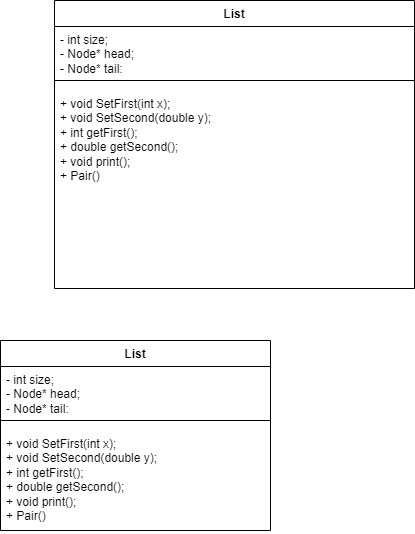
Andr0medA007/Labs keeps this draw.io diagram as Classes/UML/9.png. Above is the earlier version. Source tidied: cells renumbered, new cells last; positions are measured from the earlier drawing's top-left corner, leaving out a move shared by most shapes. Its diagram source:
```xml
<mxGraphModel>
  <root>
    <mxCell id="0" />
    <mxCell id="1" parent="0" />
    <mxCell id="2" value="List" style="swimlane;fontStyle=1;align=center;verticalAlign=top;horizontal=1;startSize=26;whiteSpace=wrap;html=1;" parent="1" vertex="1">
      <mxGeometry x="54" width="360" height="288" as="geometry" />
    </mxCell>
    <mxCell id="3" value="-&amp;nbsp;int size;&amp;nbsp;&lt;br&gt;-&amp;nbsp;Node* head;&lt;br&gt;&lt;span style=&quot;background-color: initial;&quot;&gt;-&amp;nbsp;&lt;/span&gt;Node* tail;" style="text;strokeColor=none;fillColor=none;align=left;verticalAlign=top;spacingLeft=4;spacingRight=4;overflow=hidden;whiteSpace=wrap;html=1;" parent="2" vertex="1">
      <mxGeometry y="26" width="360" height="44" as="geometry" />
    </mxCell>
    <mxCell id="4" style="line;strokeWidth=1;fillColor=none;align=left;verticalAlign=middle;spacingTop=-1;spacingLeft=3;spacingRight=3;labelPosition=right;strokeColor=inherit;" parent="2" vertex="1">
      <mxGeometry y="70" width="360" height="20" as="geometry" />
    </mxCell>
    <mxCell id="5" value="+&amp;nbsp;void SetFirst(int x);&lt;div&gt;+ void SetSecond(double y);&lt;/div&gt;&lt;div&gt;+ int getFirst();&lt;/div&gt;&lt;div&gt;+ double getSecond();&lt;/div&gt;&lt;div&gt;+ void print();&lt;/div&gt;&lt;div&gt;+ Pair()&lt;/div&gt;" style="text;strokeColor=none;fillColor=none;align=left;verticalAlign=top;spacingLeft=4;spacingRight=4;overflow=hidden;whiteSpace=wrap;html=1;" parent="2" vertex="1">
      <mxGeometry y="90" width="360" height="198" as="geometry" />
    </mxCell>
    <mxCell id="6" value="List" style="swimlane;fontStyle=1;align=center;verticalAlign=top;horizontal=1;startSize=26;whiteSpace=wrap;html=1;" parent="1" vertex="1">
      <mxGeometry y="340" width="270" height="190" as="geometry" />
    </mxCell>
    <mxCell id="7" value="-&amp;nbsp;int size;&amp;nbsp;&lt;br&gt;-&amp;nbsp;Node* head;&lt;br&gt;&lt;span style=&quot;background-color: initial;&quot;&gt;-&amp;nbsp;&lt;/span&gt;Node* tail;" style="text;strokeColor=none;fillColor=none;align=left;verticalAlign=top;spacingLeft=4;spacingRight=4;overflow=hidden;whiteSpace=wrap;html=1;" parent="6" vertex="1">
      <mxGeometry y="26" width="270" height="44" as="geometry" />
    </mxCell>
    <mxCell id="8" style="line;strokeWidth=1;fillColor=none;align=left;verticalAlign=middle;spacingTop=-1;spacingLeft=3;spacingRight=3;labelPosition=right;strokeColor=inherit;" parent="6" vertex="1">
      <mxGeometry y="70" width="270" height="20" as="geometry" />
    </mxCell>
    <mxCell id="9" value="+&amp;nbsp;void SetFirst(int x);&lt;div&gt;+ void SetSecond(double y);&lt;/div&gt;&lt;div&gt;+ int getFirst();&lt;/div&gt;&lt;div&gt;+ double getSecond();&lt;/div&gt;&lt;div&gt;+ void print();&lt;/div&gt;&lt;div&gt;+ Pair()&lt;/div&gt;" style="text;strokeColor=none;fillColor=none;align=left;verticalAlign=top;spacingLeft=4;spacingRight=4;overflow=hidden;whiteSpace=wrap;html=1;" parent="6" vertex="1">
      <mxGeometry y="90" width="270" height="100" as="geometry" />
    </mxCell>
  </root>
</mxGraphModel>
```
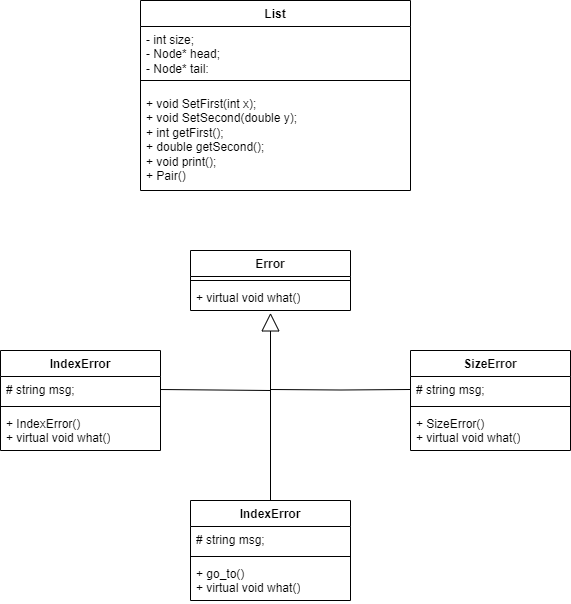
The same file after the commit.

Change to the diagram source:
```diff
@@ -2,18 +2,6 @@
   <root>
     <mxCell id="0" />
     <mxCell id="1" parent="0" />
-    <mxCell id="2" value="List" style="swimlane;fontStyle=1;align=center;verticalAlign=top;horizontal=1;startSize=26;whiteSpace=wrap;html=1;" parent="1" vertex="1">
-      <mxGeometry x="54" width="360" height="288" as="geometry" />
-    </mxCell>
-    <mxCell id="3" value="-&amp;nbsp;int size;&amp;nbsp;&lt;br&gt;-&amp;nbsp;Node* head;&lt;br&gt;&lt;span style=&quot;background-color: initial;&quot;&gt;-&amp;nbsp;&lt;/span&gt;Node* tail;" style="text;strokeColor=none;fillColor=none;align=left;verticalAlign=top;spacingLeft=4;spacingRight=4;overflow=hidden;whiteSpace=wrap;html=1;" parent="2" vertex="1">
-      <mxGeometry y="26" width="360" height="44" as="geometry" />
-    </mxCell>
-    <mxCell id="4" style="line;strokeWidth=1;fillColor=none;align=left;verticalAlign=middle;spacingTop=-1;spacingLeft=3;spacingRight=3;labelPosition=right;strokeColor=inherit;" parent="2" vertex="1">
-      <mxGeometry y="70" width="360" height="20" as="geometry" />
-    </mxCell>
-    <mxCell id="5" value="+&amp;nbsp;void SetFirst(int x);&lt;div&gt;+ void SetSecond(double y);&lt;/div&gt;&lt;div&gt;+ int getFirst();&lt;/div&gt;&lt;div&gt;+ double getSecond();&lt;/div&gt;&lt;div&gt;+ void print();&lt;/div&gt;&lt;div&gt;+ Pair()&lt;/div&gt;" style="text;strokeColor=none;fillColor=none;align=left;verticalAlign=top;spacingLeft=4;spacingRight=4;overflow=hidden;whiteSpace=wrap;html=1;" parent="2" vertex="1">
-      <mxGeometry y="90" width="360" height="198" as="geometry" />
-    </mxCell>
     <mxCell id="6" value="List" style="swimlane;fontStyle=1;align=center;verticalAlign=top;horizontal=1;startSize=26;whiteSpace=wrap;html=1;" parent="1" vertex="1">
       <mxGeometry y="340" width="270" height="190" as="geometry" />
     </mxCell>
@@ -26,5 +14,66 @@
     <mxCell id="9" value="+&amp;nbsp;void SetFirst(int x);&lt;div&gt;+ void SetSecond(double y);&lt;/div&gt;&lt;div&gt;+ int getFirst();&lt;/div&gt;&lt;div&gt;+ double getSecond();&lt;/div&gt;&lt;div&gt;+ void print();&lt;/div&gt;&lt;div&gt;+ Pair()&lt;/div&gt;" style="text;strokeColor=none;fillColor=none;align=left;verticalAlign=top;spacingLeft=4;spacingRight=4;overflow=hidden;whiteSpace=wrap;html=1;" parent="6" vertex="1">
       <mxGeometry y="90" width="270" height="100" as="geometry" />
     </mxCell>
+    <mxCell id="10" value="Error" style="swimlane;fontStyle=1;align=center;verticalAlign=top;horizontal=1;startSize=26;whiteSpace=wrap;html=1;" parent="1" vertex="1">
+      <mxGeometry x="50" y="590" width="160" height="60" as="geometry" />
+    </mxCell>
+    <mxCell id="11" style="line;strokeWidth=1;fillColor=none;align=left;verticalAlign=middle;spacingTop=-1;spacingLeft=3;spacingRight=3;labelPosition=right;strokeColor=inherit;" parent="10" vertex="1">
+      <mxGeometry y="26" width="160" height="8" as="geometry" />
+    </mxCell>
+    <mxCell id="12" value="+&amp;nbsp;virtual void what()" style="text;strokeColor=none;fillColor=none;align=left;verticalAlign=top;spacingLeft=4;spacingRight=4;overflow=hidden;points=[[0,0.5],[1,0.5]];portConstraint=eastwest;whiteSpace=wrap;html=1;" parent="10" vertex="1">
+      <mxGeometry y="34" width="160" height="26" as="geometry" />
+    </mxCell>
+    <mxCell id="13" value="IndexError" style="swimlane;fontStyle=1;align=center;verticalAlign=top;horizontal=1;startSize=26;whiteSpace=wrap;html=1;" parent="1" vertex="1">
+      <mxGeometry x="-140" y="690" width="160" height="100" as="geometry" />
+    </mxCell>
+    <mxCell id="14" value="#&amp;nbsp;string msg;" style="text;strokeColor=none;fillColor=none;align=left;verticalAlign=top;spacingLeft=4;spacingRight=4;overflow=hidden;points=[[0,0.5],[1,0.5]];portConstraint=eastwest;whiteSpace=wrap;html=1;" parent="13" vertex="1">
+      <mxGeometry y="26" width="160" height="26" as="geometry" />
+    </mxCell>
+    <mxCell id="15" style="line;strokeWidth=1;fillColor=none;align=left;verticalAlign=middle;spacingTop=-1;spacingLeft=3;spacingRight=3;labelPosition=right;strokeColor=inherit;" parent="13" vertex="1">
+      <mxGeometry y="52" width="160" height="8" as="geometry" />
+    </mxCell>
+    <mxCell id="16" value="+&amp;nbsp;IndexError()&lt;br&gt;+&amp;nbsp;virtual void what()" style="text;strokeColor=none;fillColor=none;align=left;verticalAlign=top;spacingLeft=4;spacingRight=4;overflow=hidden;whiteSpace=wrap;html=1;" parent="13" vertex="1">
+      <mxGeometry y="60" width="160" height="40" as="geometry" />
+    </mxCell>
+    <mxCell id="17" value="SizeError" style="swimlane;fontStyle=1;align=center;verticalAlign=top;horizontal=1;startSize=26;whiteSpace=wrap;html=1;" parent="1" vertex="1">
+      <mxGeometry x="270" y="690" width="160" height="100" as="geometry" />
+    </mxCell>
+    <mxCell id="18" value="#&amp;nbsp;string msg;" style="text;strokeColor=none;fillColor=none;align=left;verticalAlign=top;spacingLeft=4;spacingRight=4;overflow=hidden;points=[[0,0.5],[1,0.5]];portConstraint=eastwest;whiteSpace=wrap;html=1;" parent="17" vertex="1">
+      <mxGeometry y="26" width="160" height="26" as="geometry" />
+    </mxCell>
+    <mxCell id="19" style="line;strokeWidth=1;fillColor=none;align=left;verticalAlign=middle;spacingTop=-1;spacingLeft=3;spacingRight=3;labelPosition=right;strokeColor=inherit;" parent="17" vertex="1">
+      <mxGeometry y="52" width="160" height="8" as="geometry" />
+    </mxCell>
+    <mxCell id="20" value="+ SizeError()&lt;br&gt;+&amp;nbsp;virtual void what()" style="text;strokeColor=none;fillColor=none;align=left;verticalAlign=top;spacingLeft=4;spacingRight=4;overflow=hidden;whiteSpace=wrap;html=1;" parent="17" vertex="1">
+      <mxGeometry y="60" width="160" height="40" as="geometry" />
+    </mxCell>
+    <mxCell id="21" value="IndexError" style="swimlane;fontStyle=1;align=center;verticalAlign=top;horizontal=1;startSize=26;whiteSpace=wrap;html=1;" parent="1" vertex="1">
+      <mxGeometry x="50" y="840" width="160" height="100" as="geometry" />
+    </mxCell>
+    <mxCell id="22" value="#&amp;nbsp;string msg;" style="text;strokeColor=none;fillColor=none;align=left;verticalAlign=top;spacingLeft=4;spacingRight=4;overflow=hidden;whiteSpace=wrap;html=1;" parent="21" vertex="1">
+      <mxGeometry y="26" width="160" height="26" as="geometry" />
+    </mxCell>
+    <mxCell id="23" style="line;strokeWidth=1;fillColor=none;align=left;verticalAlign=middle;spacingTop=-1;spacingLeft=3;spacingRight=3;labelPosition=right;strokeColor=inherit;" parent="21" vertex="1">
+      <mxGeometry y="52" width="160" height="8" as="geometry" />
+    </mxCell>
+    <mxCell id="24" value="+&amp;nbsp;go_to()&lt;br&gt;+&amp;nbsp;virtual void what()" style="text;strokeColor=none;fillColor=none;align=left;verticalAlign=top;spacingLeft=4;spacingRight=4;overflow=hidden;whiteSpace=wrap;html=1;" parent="21" vertex="1">
+      <mxGeometry y="60" width="160" height="40" as="geometry" />
+    </mxCell>
+    <mxCell id="25" style="endArrow=block;endSize=16;endFill=0;html=1;rounded=0;entryX=0.5;entryY=1.092;entryDx=0;entryDy=0;entryPerimeter=0;exitX=0.5;exitY=0;exitDx=0;exitDy=0;" parent="1" edge="1" source="21" target="12">
+      <mxGeometry relative="1" as="geometry" />
+    </mxCell>
+    <mxCell id="26" style="endArrow=none;html=1;edgeStyle=orthogonalEdgeStyle;rounded=0;exitX=1;exitY=0.5;exitDx=0;exitDy=0;" parent="1" edge="1" source="14">
+      <mxGeometry relative="1" as="geometry">
+        <mxPoint x="130" y="730" as="targetPoint" />
+        <Array as="points">
+          <mxPoint x="130" y="729" />
+        </Array>
+      </mxGeometry>
+    </mxCell>
+    <mxCell id="27" style="endArrow=none;html=1;edgeStyle=orthogonalEdgeStyle;rounded=0;exitX=1;exitY=0.5;exitDx=0;exitDy=0;entryX=0;entryY=0.5;entryDx=0;entryDy=0;" parent="1" edge="1" target="18">
+      <mxGeometry relative="1" as="geometry">
+        <mxPoint x="130" y="729" as="sourcePoint" />
+      </mxGeometry>
+    </mxCell>
   </root>
 </mxGraphModel>
```
